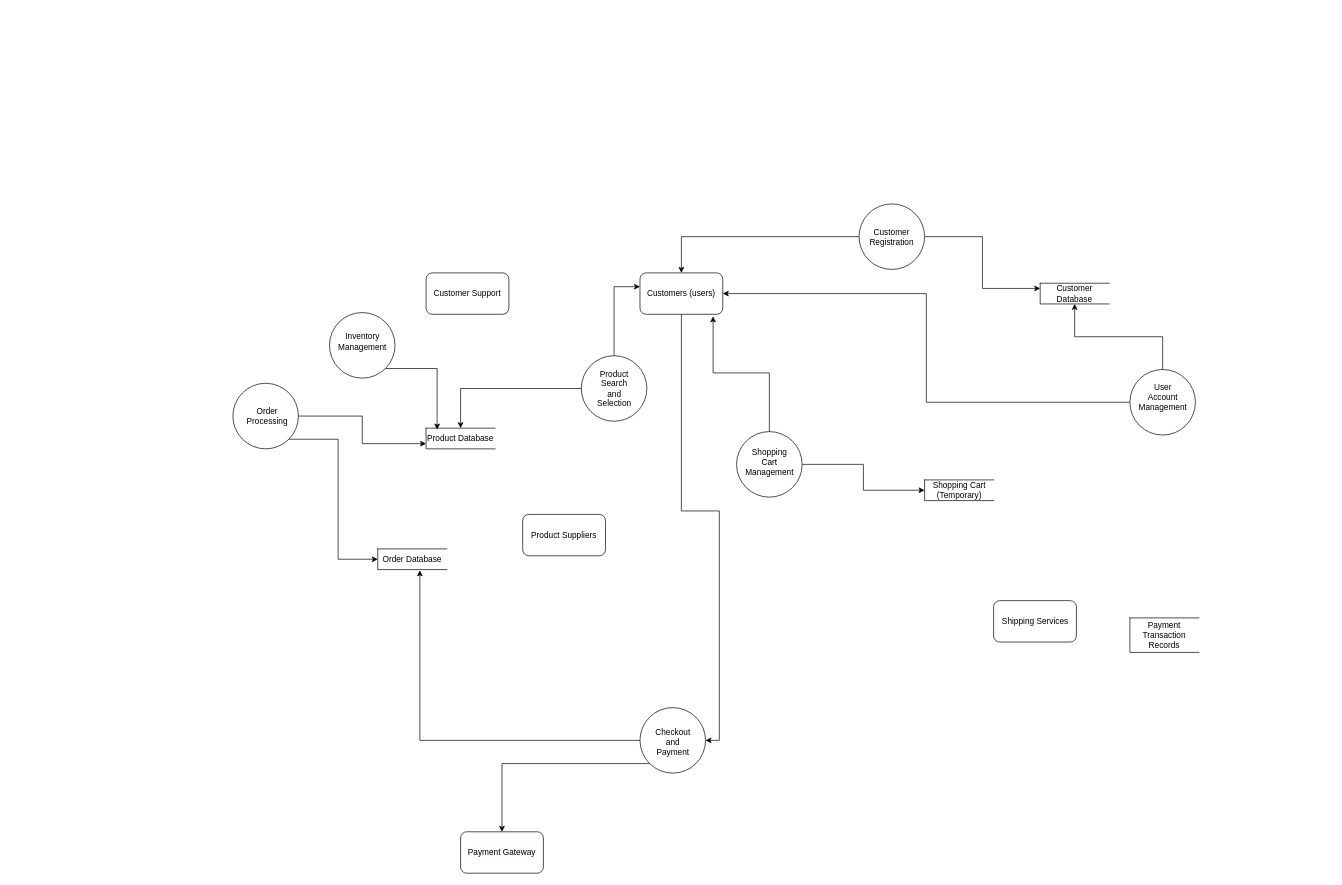
Earlier version of the draw.io diagram Untitled Diagram.drawio (Chukwuebuka-2003/SE-DFD). Source tidied: cells renumbered, new cells numbered last; positions are measured from the earlier drawing's top-left corner, leaving out a move shared by most shapes. Both pictures are drawn from the tidied source at 69%, with x=0, y=0 at pixel (233, 204).
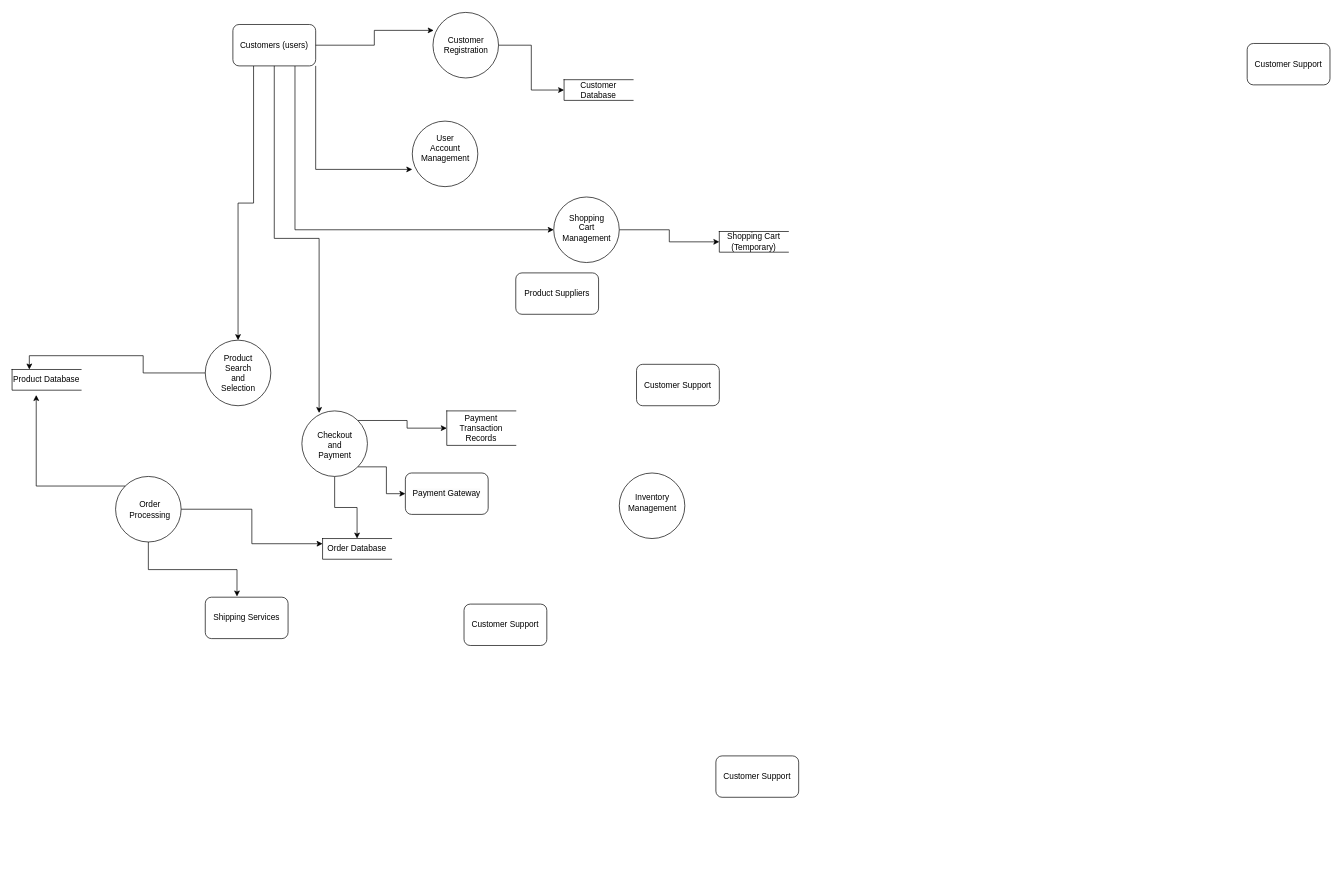
The same diagram, later.

Change to the diagram source:
```diff
@@
-    <mxCell id="2" style="edgeStyle=orthogonalEdgeStyle;rounded=0;jettySize=auto;html=1;entryX=0.5;entryY=0;entryDx=0;entryDy=0;" parent="1" edge="1" source="3" target="35">
+    <mxCell id="2" style="edgeStyle=orthogonalEdgeStyle;rounded=0;jettySize=auto;html=1;exitX=0;exitY=0.5;exitDx=0;exitDy=0;entryX=0.25;entryY=0;entryDx=0;entryDy=0;" parent="1" edge="1" source="3" target="35">
       <mxGeometry relative="1" as="geometry" />
     </mxCell>
     <mxCell id="3" style="shape=ellipse;html=1;dashed=0;whiteSpace=wrap;perimeter=ellipsePerimeter;" parent="1" vertex="1">
-      <mxGeometry x="505" y="220" width="95" height="95" as="geometry" />
+      <mxGeometry x="-40" y="197.5" width="95" height="95" as="geometry" />
     </mxCell>
-    <mxCell id="4" style="edgeStyle=orthogonalEdgeStyle;rounded=0;jettySize=auto;html=1;exitX=0;exitY=1;exitDx=0;exitDy=0;" parent="1" edge="1" source="5" target="18">
+    <mxCell id="4" style="edgeStyle=orthogonalEdgeStyle;rounded=0;jettySize=auto;html=1;exitX=1;exitY=1;exitDx=0;exitDy=0;" parent="1" edge="1" source="5" target="18">
       <mxGeometry relative="1" as="geometry" />
     </mxCell>
+    <mxCell id="37" style="edgeStyle=orthogonalEdgeStyle;rounded=0;jettySize=auto;html=1;exitX=0.5;exitY=1;exitDx=0;exitDy=0;" parent="1" edge="1" source="5" target="33">
+      <mxGeometry relative="1" as="geometry" />
+    </mxCell>
+    <mxCell id="40" style="edgeStyle=orthogonalEdgeStyle;rounded=0;jettySize=auto;html=1;exitX=1;exitY=0;exitDx=0;exitDy=0;" parent="1" edge="1" source="5" target="34">
+      <mxGeometry relative="1" as="geometry" />
+    </mxCell>
     <mxCell id="5" style="shape=ellipse;html=1;dashed=0;whiteSpace=wrap;perimeter=ellipsePerimeter;" parent="1" vertex="1">
-      <mxGeometry x="590" y="730" width="95" height="95" as="geometry" />
+      <mxGeometry x="100" y="300" width="95" height="95" as="geometry" />
     </mxCell>
     <mxCell id="6" style="shape=ellipse;html=1;dashed=0;whiteSpace=wrap;perimeter=ellipsePerimeter;" parent="1" vertex="1">
-      <mxGeometry x="140" y="157.5" width="95" height="95" as="geometry" />
+      <mxGeometry x="560" y="390" width="95" height="95" as="geometry" />
     </mxCell>
-    <mxCell id="7" style="edgeStyle=orthogonalEdgeStyle;rounded=0;jettySize=auto;html=1;exitX=1;exitY=0.5;exitDx=0;exitDy=0;entryX=0;entryY=0.75;entryDx=0;entryDy=0;" parent="1" edge="1" source="9" target="35">
-      <mxGeometry relative="1" as="geometry" />
-    </mxCell>
-    <mxCell id="8" style="edgeStyle=orthogonalEdgeStyle;rounded=0;jettySize=auto;html=1;exitX=1;exitY=1;exitDx=0;exitDy=0;entryX=0;entryY=0.5;entryDx=0;entryDy=0;" parent="1" edge="1" source="9" target="33">
+    <mxCell id="8" style="edgeStyle=orthogonalEdgeStyle;rounded=0;jettySize=auto;html=1;exitX=1;exitY=0.5;exitDx=0;exitDy=0;entryX=0;entryY=0.25;entryDx=0;entryDy=0;" parent="1" edge="1" source="9" target="33">
       <mxGeometry relative="1" as="geometry" />
     </mxCell>
     <mxCell id="9" style="shape=ellipse;html=1;dashed=0;whiteSpace=wrap;perimeter=ellipsePerimeter;" parent="1" vertex="1">
-      <mxGeometry y="260" width="95" height="95" as="geometry" />
+      <mxGeometry x="-170" y="395" width="95" height="95" as="geometry" />
     </mxCell>
-    <mxCell id="10" style="edgeStyle=orthogonalEdgeStyle;rounded=0;jettySize=auto;html=1;" parent="1" edge="1" source="12" target="20">
-      <mxGeometry relative="1" as="geometry" />
-    </mxCell>
-    <mxCell id="11" style="edgeStyle=orthogonalEdgeStyle;rounded=0;jettySize=auto;html=1;exitX=1;exitY=0.5;exitDx=0;exitDy=0;entryX=0;entryY=0.25;entryDx=0;entryDy=0;" parent="1" edge="1" source="12" target="31">
+    <mxCell id="11" style="edgeStyle=orthogonalEdgeStyle;rounded=0;jettySize=auto;html=1;exitX=1;exitY=0.5;exitDx=0;exitDy=0;entryX=0;entryY=0.5;entryDx=0;entryDy=0;" parent="1" edge="1" source="12" target="31">
       <mxGeometry relative="1" as="geometry" />
     </mxCell>
     <mxCell id="12" style="shape=ellipse;html=1;dashed=0;whiteSpace=wrap;perimeter=ellipsePerimeter;" parent="1" vertex="1">
-      <mxGeometry x="907.5" width="95" height="95" as="geometry" />
+      <mxGeometry x="290" y="-277.5" width="95" height="95" as="geometry" />
     </mxCell>
-    <mxCell id="13" style="edgeStyle=orthogonalEdgeStyle;rounded=0;jettySize=auto;html=1;exitX=1;exitY=0.5;exitDx=0;exitDy=0;" parent="1" edge="1" source="14" target="32">
+    <mxCell id="13" style="edgeStyle=orthogonalEdgeStyle;rounded=0;jettySize=auto;html=1;exitX=1;exitY=0.5;exitDx=0;exitDy=0;entryX=0;entryY=0.5;entryDx=0;entryDy=0;" parent="1" edge="1" source="14" target="32">
       <mxGeometry relative="1" as="geometry" />
     </mxCell>
     <mxCell id="14" style="shape=ellipse;html=1;dashed=0;whiteSpace=wrap;perimeter=ellipsePerimeter;" parent="1" vertex="1">
-      <mxGeometry x="730" y="330" width="95" height="95" as="geometry" />
+      <mxGeometry x="465" y="-10" width="95" height="95" as="geometry" />
     </mxCell>
-    <mxCell id="15" style="edgeStyle=orthogonalEdgeStyle;rounded=0;jettySize=auto;html=1;exitX=0;exitY=0.5;exitDx=0;exitDy=0;entryX=1;entryY=0.5;entryDx=0;entryDy=0;" parent="1" edge="1" source="17" target="20">
-      <mxGeometry relative="1" as="geometry" />
-    </mxCell>
-    <mxCell id="16" style="edgeStyle=orthogonalEdgeStyle;rounded=0;jettySize=auto;html=1;exitX=0.5;exitY=0;exitDx=0;exitDy=0;entryX=0.5;entryY=1;entryDx=0;entryDy=0;" parent="1" edge="1" source="17" target="31">
-      <mxGeometry relative="1" as="geometry" />
-    </mxCell>
     <mxCell id="17" style="shape=ellipse;html=1;dashed=0;whiteSpace=wrap;perimeter=ellipsePerimeter;" parent="1" vertex="1">
-      <mxGeometry x="1300" y="240" width="95" height="95" as="geometry" />
+      <mxGeometry x="260" y="-120" width="95" height="95" as="geometry" />
     </mxCell>
     <mxCell id="18" value="&lt;span style=&quot;color: rgb(0, 0, 0); font-family: Helvetica; font-size: 12px; font-style: normal; font-variant-ligatures: normal; font-variant-caps: normal; font-weight: 400; letter-spacing: normal; orphans: 2; text-align: center; text-indent: 0px; text-transform: none; widows: 2; word-spacing: 0px; -webkit-text-stroke-width: 0px; background-color: rgb(251, 251, 251); text-decoration-thickness: initial; text-decoration-style: initial; text-decoration-color: initial; float: none; display: inline !important;&quot;&gt;Payment Gateway&lt;/span&gt;" style="rounded=1;whiteSpace=wrap;html=1;" parent="1" vertex="1">
-      <mxGeometry x="330" y="910" width="120" height="60" as="geometry" />
+      <mxGeometry x="250" y="390" width="120" height="60" as="geometry" />
     </mxCell>
-    <mxCell id="19" style="edgeStyle=orthogonalEdgeStyle;rounded=0;jettySize=auto;html=1;exitX=0.5;exitY=1;exitDx=0;exitDy=0;entryX=1;entryY=0.5;entryDx=0;entryDy=0;" parent="1" edge="1" source="20" target="5">
-      <mxGeometry relative="1" as="geometry" />
-    </mxCell>
+    <mxCell id="41" style="edgeStyle=orthogonalEdgeStyle;rounded=0;jettySize=auto;html=1;exitX=0.25;exitY=1;exitDx=0;exitDy=0;entryX=0.5;entryY=0;entryDx=0;entryDy=0;" parent="1" edge="1" source="20" target="3">
+      <mxGeometry relative="1" as="geometry" />
+    </mxCell>
+    <mxCell id="42" style="edgeStyle=orthogonalEdgeStyle;rounded=0;jettySize=auto;html=1;exitX=0.75;exitY=1;exitDx=0;exitDy=0;entryX=0;entryY=0.5;entryDx=0;entryDy=0;" parent="1" edge="1" source="20" target="14">
+      <mxGeometry relative="1" as="geometry" />
+    </mxCell>
     <mxCell id="20" value="Customers (users)" style="rounded=1;whiteSpace=wrap;html=1;" parent="1" vertex="1">
-      <mxGeometry x="590" y="100" width="120" height="60" as="geometry" />
+      <mxGeometry y="-260" width="120" height="60" as="geometry" />
     </mxCell>
     <mxCell id="21" value="Customer Support" style="rounded=1;whiteSpace=wrap;html=1;" parent="1" vertex="1">
-      <mxGeometry x="280" y="100" width="120" height="60" as="geometry" />
+      <mxGeometry x="700" y="800" width="120" height="60" as="geometry" />
     </mxCell>
     <mxCell id="22" value="Product Suppliers" style="rounded=1;whiteSpace=wrap;html=1;" parent="1" vertex="1">
-      <mxGeometry x="420" y="450" width="120" height="60" as="geometry" />
+      <mxGeometry x="410" y="100" width="120" height="60" as="geometry" />
     </mxCell>
     <mxCell id="23" value="Shipping Services" style="rounded=1;whiteSpace=wrap;html=1;" parent="1" vertex="1">
-      <mxGeometry x="1102.5" y="575" width="120" height="60" as="geometry" />
+      <mxGeometry x="-40" y="570" width="120" height="60" as="geometry" />
     </mxCell>
     <mxCell id="24" value="Customer Registration" style="text;html=1;strokeColor=none;fillColor=none;align=center;verticalAlign=middle;whiteSpace=wrap;rounded=0;" parent="1" vertex="1">
-      <mxGeometry x="925" y="32.5" width="60" height="30" as="geometry" />
+      <mxGeometry x="307.5" y="-245" width="60" height="30" as="geometry" />
     </mxCell>
     <mxCell id="25" value="Product Search and Selection" style="text;html=1;strokeColor=none;fillColor=none;align=center;verticalAlign=middle;whiteSpace=wrap;rounded=0;" parent="1" vertex="1">
-      <mxGeometry x="522.5" y="252.5" width="60" height="30" as="geometry" />
+      <mxGeometry x="-22.5" y="230" width="60" height="30" as="geometry" />
     </mxCell>
     <mxCell id="26" value="Shopping Cart Management" style="text;html=1;strokeColor=none;fillColor=none;align=center;verticalAlign=middle;whiteSpace=wrap;rounded=0;" parent="1" vertex="1">
-      <mxGeometry x="747.5" y="360" width="60" height="30" as="geometry" />
+      <mxGeometry x="482.5" y="20" width="60" height="30" as="geometry" />
     </mxCell>
     <mxCell id="27" value="Checkout and Payment" style="text;html=1;strokeColor=none;fillColor=none;align=center;verticalAlign=middle;whiteSpace=wrap;rounded=0;" parent="1" vertex="1">
-      <mxGeometry x="607.5" y="765" width="60" height="30" as="geometry" />
+      <mxGeometry x="117.5" y="335" width="60" height="30" as="geometry" />
     </mxCell>
     <mxCell id="28" value="Order Processing" style="text;html=1;strokeColor=none;fillColor=none;align=center;verticalAlign=middle;whiteSpace=wrap;rounded=0;" parent="1" vertex="1">
-      <mxGeometry x="20" y="292.5" width="60" height="30" as="geometry" />
+      <mxGeometry x="-150" y="427.5" width="60" height="30" as="geometry" />
     </mxCell>
     <mxCell id="29" value="Inventory Management" style="text;html=1;strokeColor=none;fillColor=none;align=center;verticalAlign=middle;whiteSpace=wrap;rounded=0;" parent="1" vertex="1">
-      <mxGeometry x="157.5" y="185" width="60" height="30" as="geometry" />
+      <mxGeometry x="577.5" y="417.5" width="60" height="30" as="geometry" />
     </mxCell>
     <mxCell id="30" value="User Account Management" style="text;html=1;strokeColor=none;fillColor=none;align=center;verticalAlign=middle;whiteSpace=wrap;rounded=0;" parent="1" vertex="1">
-      <mxGeometry x="1317.5" y="265" width="60" height="30" as="geometry" />
+      <mxGeometry x="277.5" y="-95" width="60" height="30" as="geometry" />
     </mxCell>
     <mxCell id="31" value="Customer Database" style="html=1;dashed=0;whiteSpace=wrap;shape=partialRectangle;right=0;" parent="1" vertex="1">
-      <mxGeometry x="1170" y="115" width="100" height="30" as="geometry" />
+      <mxGeometry x="480" y="-180" width="100" height="30" as="geometry" />
     </mxCell>
     <mxCell id="32" value="Shopping Cart (Temporary)" style="html=1;dashed=0;whiteSpace=wrap;shape=partialRectangle;right=0;" parent="1" vertex="1">
-      <mxGeometry x="1002.5" y="400" width="100" height="30" as="geometry" />
+      <mxGeometry x="705" y="40" width="100" height="30" as="geometry" />
     </mxCell>
     <mxCell id="33" value="Order Database" style="html=1;dashed=0;whiteSpace=wrap;shape=partialRectangle;right=0;" parent="1" vertex="1">
-      <mxGeometry x="210" y="500" width="100" height="30" as="geometry" />
+      <mxGeometry x="130" y="485" width="100" height="30" as="geometry" />
     </mxCell>
     <mxCell id="34" value="Payment Transaction Records" style="html=1;dashed=0;whiteSpace=wrap;shape=partialRectangle;right=0;" parent="1" vertex="1">
-      <mxGeometry x="1300" y="600" width="100" height="50" as="geometry" />
+      <mxGeometry x="310" y="300" width="100" height="50" as="geometry" />
     </mxCell>
     <mxCell id="35" value="Product Database" style="html=1;dashed=0;whiteSpace=wrap;shape=partialRectangle;right=0;" parent="1" vertex="1">
-      <mxGeometry x="280" y="325" width="100" height="30" as="geometry" />
+      <mxGeometry x="-320" y="240" width="100" height="30" as="geometry" />
     </mxCell>
-    <mxCell id="36" style="edgeStyle=orthogonalEdgeStyle;rounded=0;jettySize=auto;html=1;entryX=0;entryY=0.333;entryDx=0;entryDy=0;entryPerimeter=0;" parent="1" edge="1" source="3" target="20">
-      <mxGeometry relative="1" as="geometry" />
-    </mxCell>
-    <mxCell id="37" style="edgeStyle=orthogonalEdgeStyle;rounded=0;jettySize=auto;html=1;exitX=0;exitY=0.5;exitDx=0;exitDy=0;entryX=0.61;entryY=1.033;entryDx=0;entryDy=0;entryPerimeter=0;" parent="1" edge="1" source="5" target="33">
-      <mxGeometry relative="1" as="geometry" />
-    </mxCell>
-    <mxCell id="38" style="edgeStyle=orthogonalEdgeStyle;rounded=0;jettySize=auto;html=1;exitX=0.5;exitY=0;exitDx=0;exitDy=0;entryX=0.883;entryY=1.05;entryDx=0;entryDy=0;entryPerimeter=0;" parent="1" edge="1" source="14" target="20">
-      <mxGeometry relative="1" as="geometry" />
-    </mxCell>
-    <mxCell id="39" style="edgeStyle=orthogonalEdgeStyle;rounded=0;jettySize=auto;html=1;exitX=1;exitY=1;exitDx=0;exitDy=0;entryX=0.16;entryY=0.067;entryDx=0;entryDy=0;entryPerimeter=0;" parent="1" edge="1" source="6" target="35">
-      <mxGeometry relative="1" as="geometry" />
-    </mxCell>
+    <mxCell id="43" value="Customer Support" style="rounded=1;whiteSpace=wrap;html=1;" parent="1" vertex="1">
+      <mxGeometry x="585" y="232.5" width="120" height="60" as="geometry" />
+    </mxCell>
+    <mxCell id="44" value="Customer Support" style="rounded=1;whiteSpace=wrap;html=1;" parent="1" vertex="1">
+      <mxGeometry x="1470" y="-232.5" width="120" height="60" as="geometry" />
+    </mxCell>
+    <mxCell id="45" value="Customer Support" style="rounded=1;whiteSpace=wrap;html=1;" parent="1" vertex="1">
+      <mxGeometry x="335" y="580" width="120" height="60" as="geometry" />
+    </mxCell>
+    <mxCell id="7" style="edgeStyle=orthogonalEdgeStyle;rounded=0;jettySize=auto;html=1;exitX=0;exitY=0;exitDx=0;exitDy=0;entryX=0.35;entryY=1.233;entryDx=0;entryDy=0;entryPerimeter=0;" parent="1" edge="1" source="9" target="35">
+      <mxGeometry relative="1" as="geometry" />
+    </mxCell>
+    <mxCell id="46" style="edgeStyle=orthogonalEdgeStyle;rounded=0;jettySize=auto;html=1;exitX=0.5;exitY=1;exitDx=0;exitDy=0;entryX=0.383;entryY=-0.017;entryDx=0;entryDy=0;entryPerimeter=0;" parent="1" edge="1" source="9" target="23">
+      <mxGeometry relative="1" as="geometry" />
+    </mxCell>
+    <mxCell id="47" style="edgeStyle=orthogonalEdgeStyle;rounded=0;jettySize=auto;html=1;exitX=1;exitY=0.5;exitDx=0;exitDy=0;entryX=0.011;entryY=0.274;entryDx=0;entryDy=0;entryPerimeter=0;" parent="1" edge="1" source="20" target="12">
+      <mxGeometry relative="1" as="geometry" />
+    </mxCell>
+    <mxCell id="19" style="edgeStyle=orthogonalEdgeStyle;rounded=0;jettySize=auto;html=1;exitX=0.5;exitY=1;exitDx=0;exitDy=0;entryX=0.263;entryY=0.032;entryDx=0;entryDy=0;entryPerimeter=0;" parent="1" edge="1" source="20" target="5">
+      <mxGeometry relative="1" as="geometry" />
+    </mxCell>
+    <mxCell id="48" style="edgeStyle=orthogonalEdgeStyle;rounded=0;jettySize=auto;html=1;exitX=1;exitY=1;exitDx=0;exitDy=0;entryX=0;entryY=0.737;entryDx=0;entryDy=0;entryPerimeter=0;" parent="1" edge="1" source="20" target="17">
+      <mxGeometry relative="1" as="geometry" />
+    </mxCell>
```
